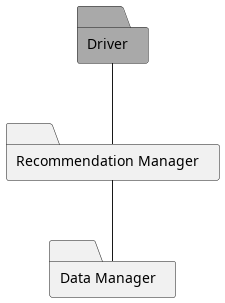
Earlier version of the PlantUML export DD/Implementation_integration_and_test_plan/uml_diagrams/feat1.png (matti8702/R_and_DD_project_SE2). Source of this version:
```plantuml
@startuml feat1

folder RM as "Recommendation Manager"
folder DM as "Data Manager"
folder D as "Driver" #DarkGray

D -- RM
RM -- DM
@enduml
```
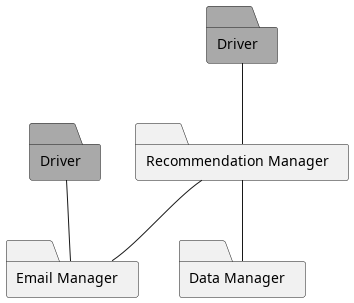
After the commit.

What changed in the source:
```diff
@@ -2,8 +2,12 @@
 
 folder RM as "Recommendation Manager"
 folder DM as "Data Manager"
+folder EM as "Email Manager"
 folder D as "Driver" #DarkGray
+folder DE as "Driver" #DarkGray
 
+DE -- EM
 D -- RM
+RM -- EM
 RM -- DM
 @enduml
```
